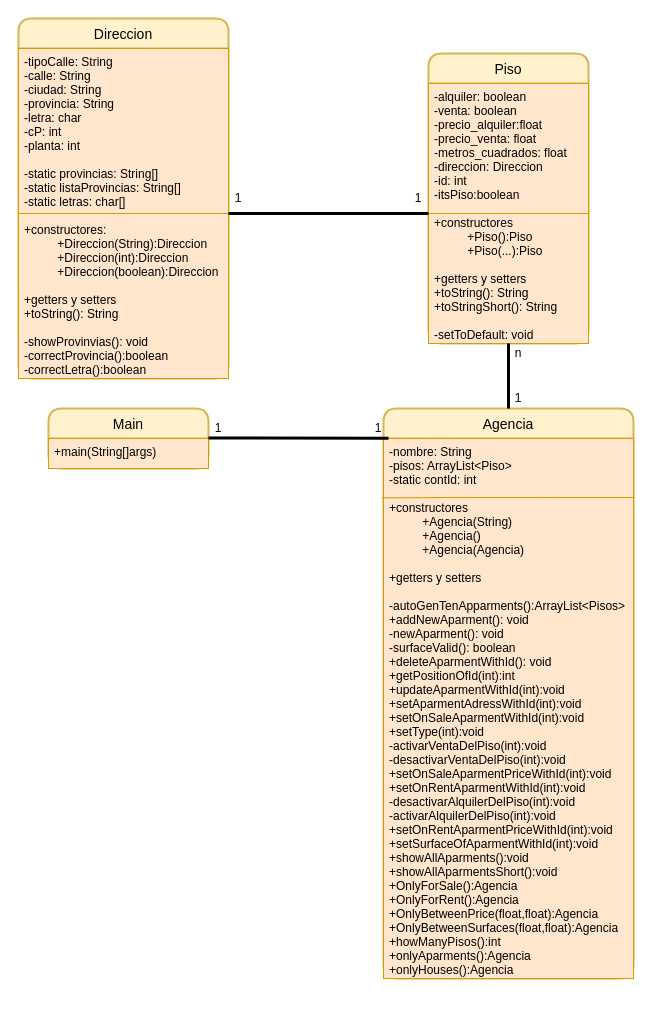
Earlier version of the draw.io diagram PRO/pisos_picados/diagrama.drawio (AntonioCrespo2605/1DAM). Source tidied: cells renumbered, new cells numbered last; positions are measured from the earlier drawing's top-left corner, leaving out a move shared by most shapes. Both pictures are drawn from the tidied source at 100%, with x=0, y=0 at pixel (18, 18).
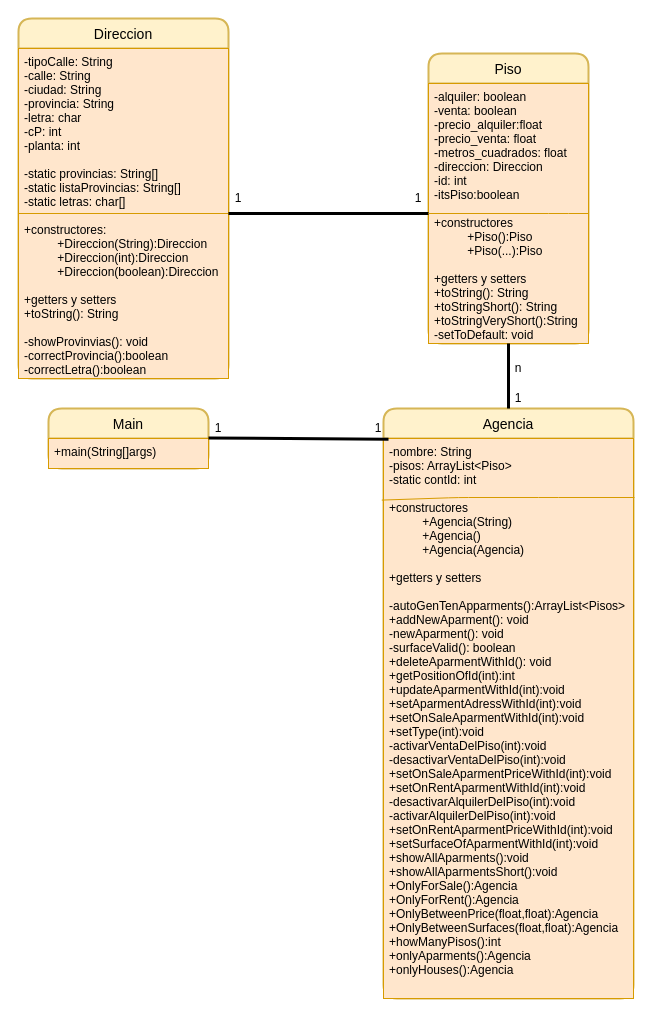
The same diagram, later.

Unchanged cells that the change refers to:
```xml
<mxCell id="7" value="Piso" style="swimlane;horizontal=1;startSize=30;rounded=1;fontSize=14;fontStyle=0;strokeWidth=2;shadow=0;dashed=0;align=center;fillColor=#fff2cc;strokeColor=#d6b656;" parent="1" vertex="1">
  <mxGeometry x="410" y="35" width="160" height="290" as="geometry" />
</mxCell>
```

The edit, as a diff of the source:
```diff
@@
-    <mxCell id="8" value="-alquiler: boolean&#10;-venta: boolean&#10;-precio_alquiler:float&#10;-precio_venta: float&#10;-metros_cuadrados: float&#10;-direccion: Direccion&#10;-id: int&#10;-itsPiso:boolean&#10;&#10;+constructores&#10;          +Piso():Piso&#10;          +Piso(...):Piso&#10;&#10;+getters y setters&#10;+toString(): String&#10;+toStringShort(): String&#10;&#10;-setToDefault: void&#10;" style="align=left;strokeColor=#d79b00;fillColor=#ffe6cc;spacingLeft=4;fontSize=12;verticalAlign=top;" parent="7" vertex="1">
+    <mxCell id="8" value="-alquiler: boolean&#10;-venta: boolean&#10;-precio_alquiler:float&#10;-precio_venta: float&#10;-metros_cuadrados: float&#10;-direccion: Direccion&#10;-id: int&#10;-itsPiso:boolean&#10;&#10;+constructores&#10;          +Piso():Piso&#10;          +Piso(...):Piso&#10;&#10;+getters y setters&#10;+toString(): String&#10;+toStringShort(): String&#10;+toStringVeryShort():String&#10;-setToDefault: void&#10;" style="align=left;strokeColor=#d79b00;fillColor=#ffe6cc;spacingLeft=4;fontSize=12;verticalAlign=top;" parent="7" vertex="1">
       <mxGeometry y="30" width="160" height="260" as="geometry" />
     </mxCell>
@@
     <mxCell id="10" value="Agencia" style="swimlane;horizontal=1;startSize=30;rounded=1;fontSize=14;fontStyle=0;strokeWidth=2;shadow=0;dashed=0;align=center;fillColor=#fff2cc;strokeColor=#d6b656;" parent="1" vertex="1">
-      <mxGeometry x="365" y="390" width="250" height="570" as="geometry" />
+      <mxGeometry x="365" y="390" width="250" height="590" as="geometry" />
     </mxCell>
@@
     <mxCell id="12" value="-nombre: String&#10;-pisos: ArrayList&lt;Piso&gt;&#10;-static contId: int&#10;&#10;+constructores&#10;          +Agencia(String)&#10;          +Agencia()&#10;          +Agencia(Agencia)&#10;&#10;+getters y setters&#10;&#10;-autoGenTenApparments():ArrayList&lt;Pisos&gt;&#10;+addNewAparment(): void&#10;-newAparment(): void&#10;-surfaceValid(): boolean&#10;+deleteAparmentWithId(): void&#10;+getPositionOfId(int):int&#10;+updateAparmentWithId(int):void&#10;+setAparmentAdressWithId(int):void&#10;+setOnSaleAparmentWithId(int):void&#10;+setType(int):void&#10;-activarVentaDelPiso(int):void&#10;-desactivarVentaDelPiso(int):void&#10;+setOnSaleAparmentPriceWithId(int):void&#10;+setOnRentAparmentWithId(int):void&#10;-desactivarAlquilerDelPiso(int):void&#10;-activarAlquilerDelPiso(int):void&#10;+setOnRentAparmentPriceWithId(int):void&#10;+setSurfaceOfAparmentWithId(int):void&#10;+showAllAparments():void&#10;+showAllAparmentsShort():void&#10;+OnlyForSale():Agencia&#10;+OnlyForRent():Agencia&#10;+OnlyBetweenPrice(float,float):Agencia&#10;+OnlyBetweenSurfaces(float,float):Agencia&#10;+howManyPisos():int&#10;+onlyAparments():Agencia&#10;+onlyHouses():Agencia&#10;" style="align=left;strokeColor=#d79b00;fillColor=#ffe6cc;spacingLeft=4;fontSize=12;verticalAlign=top;" parent="10" vertex="1">
-      <mxGeometry y="30" width="250" height="540" as="geometry" />
+      <mxGeometry y="30" width="250" height="560" as="geometry" />
     </mxCell>
@@
     <mxCell id="16" value="n" style="text;html=1;strokeColor=none;fillColor=none;align=center;verticalAlign=middle;whiteSpace=wrap;rounded=0;" parent="1" vertex="1">
-      <mxGeometry x="480" y="325" width="40" height="20" as="geometry" />
+      <mxGeometry x="480" y="340" width="40" height="20" as="geometry" />
     </mxCell>
```
